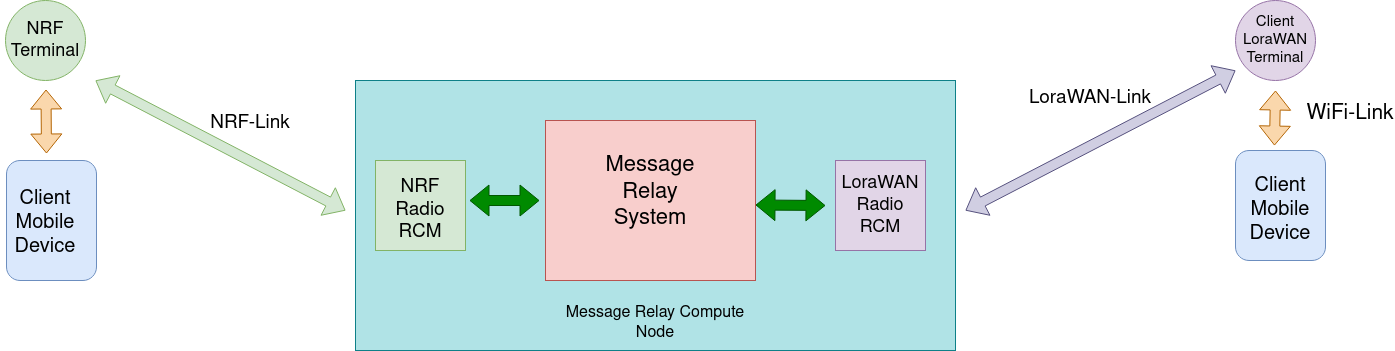
tendai98/LoraWAN_NRF_Radio_MessageRelay keeps this draw.io diagram as img/Message-Relay.png. Above is the earlier version. Source tidied: cells renumbered, new cells last; positions are measured from the earlier drawing's top-left corner, leaving out a move shared by most shapes.
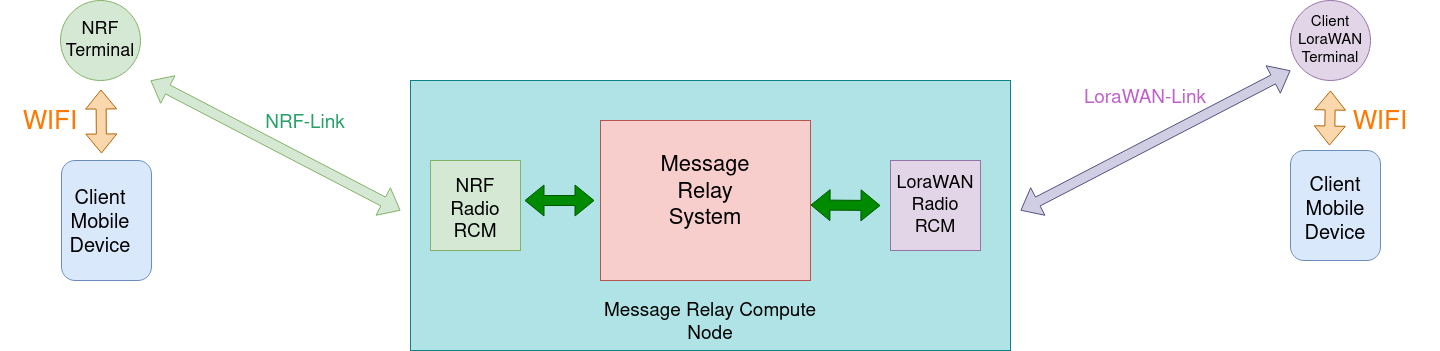
Above is the later version.

The edit, as a diff of the source:
```diff
@@ -82,17 +82,20 @@
         <mxPoint x="1235" y="70" as="targetPoint" />
       </mxGeometry>
     </mxCell>
-    <mxCell id="23" value="&lt;font style=&quot;font-size: 21px;&quot;&gt;WiFi-Link&lt;/font&gt;" style="text;html=1;strokeColor=none;fillColor=none;align=center;verticalAlign=middle;whiteSpace=wrap;rounded=0;" parent="1" vertex="1">
-      <mxGeometry x="1305" y="100" width="90" height="25" as="geometry" />
-    </mxCell>
-    <mxCell id="24" value="&lt;font style=&quot;font-size: 19px;&quot;&gt;LoraWAN-Link&lt;/font&gt;" style="text;html=1;strokeColor=none;fillColor=none;align=center;verticalAlign=middle;whiteSpace=wrap;rounded=0;" parent="1" vertex="1">
+    <mxCell id="24" value="&lt;font color=&quot;#c061cb&quot; style=&quot;font-size: 19px;&quot;&gt;LoraWAN-Link&lt;/font&gt;" style="text;html=1;strokeColor=none;fillColor=none;align=center;verticalAlign=middle;whiteSpace=wrap;rounded=0;" parent="1" vertex="1">
       <mxGeometry x="1025" y="85" width="130" height="25" as="geometry" />
     </mxCell>
-    <mxCell id="25" value="&lt;font style=&quot;font-size: 19px;&quot;&gt;NRF-Link&lt;/font&gt;" style="text;html=1;strokeColor=none;fillColor=none;align=center;verticalAlign=middle;whiteSpace=wrap;rounded=0;" parent="1" vertex="1">
+    <mxCell id="25" value="&lt;font color=&quot;#26a269&quot; style=&quot;font-size: 19px;&quot;&gt;NRF-Link&lt;/font&gt;" style="text;html=1;strokeColor=none;fillColor=none;align=center;verticalAlign=middle;whiteSpace=wrap;rounded=0;" parent="1" vertex="1">
       <mxGeometry x="200" y="110" width="100" height="25" as="geometry" />
     </mxCell>
-    <mxCell id="26" value="&lt;font style=&quot;font-size: 16px;&quot;&gt;Message Relay Compute Node&lt;/font&gt;" style="text;html=1;strokeColor=none;fillColor=none;align=center;verticalAlign=middle;whiteSpace=wrap;rounded=0;" parent="1" vertex="1">
+    <mxCell id="26" value="&lt;font style=&quot;font-size: 19px;&quot;&gt;Message Relay Compute Node&lt;/font&gt;" style="text;html=1;strokeColor=none;fillColor=none;align=center;verticalAlign=middle;whiteSpace=wrap;rounded=0;" parent="1" vertex="1">
       <mxGeometry x="545" y="310" width="220" height="25" as="geometry" />
     </mxCell>
+    <mxCell id="27" value="&lt;font style=&quot;font-size: 26px;&quot; color=&quot;#ff7800&quot;&gt;WIFI&lt;/font&gt;" style="text;html=1;strokeColor=none;fillColor=none;align=center;verticalAlign=middle;whiteSpace=wrap;rounded=0;" parent="1" vertex="1">
+      <mxGeometry x="-55" y="110" width="100" height="25" as="geometry" />
+    </mxCell>
+    <mxCell id="28" value="&lt;font style=&quot;font-size: 26px;&quot; color=&quot;#ff7800&quot;&gt;WIFI&lt;/font&gt;" style="text;html=1;strokeColor=none;fillColor=none;align=center;verticalAlign=middle;whiteSpace=wrap;rounded=0;" parent="1" vertex="1">
+      <mxGeometry x="1265" y="110" width="120" height="25" as="geometry" />
+    </mxCell>
   </root>
 </mxGraphModel>
```
